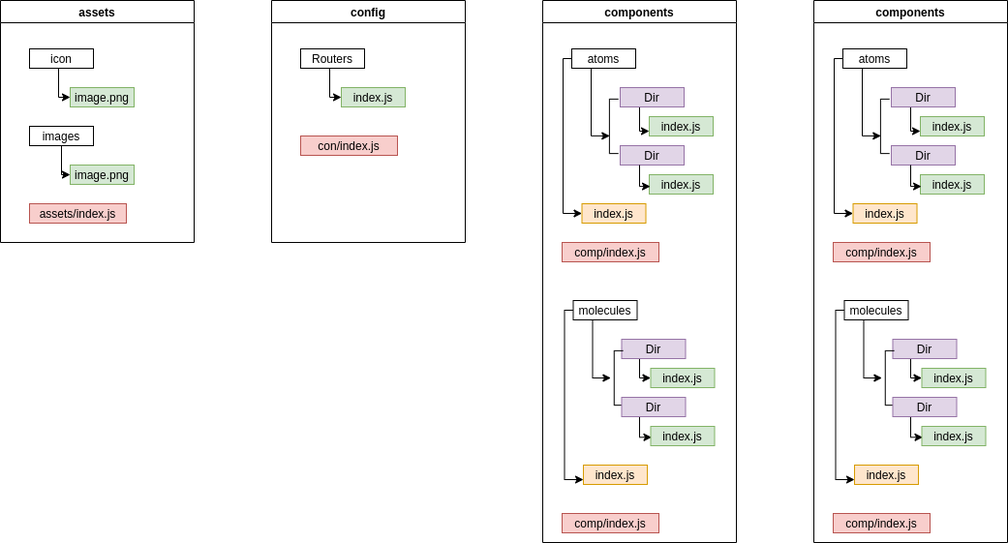
Earlier version of the draw.io export Flow directory project ReactJS.png (ahmadfaqih-dev/Flowchart). Source tidied: cells renumbered, new cells last; positions are measured from the earlier drawing's top-left corner, leaving out a move shared by most shapes.
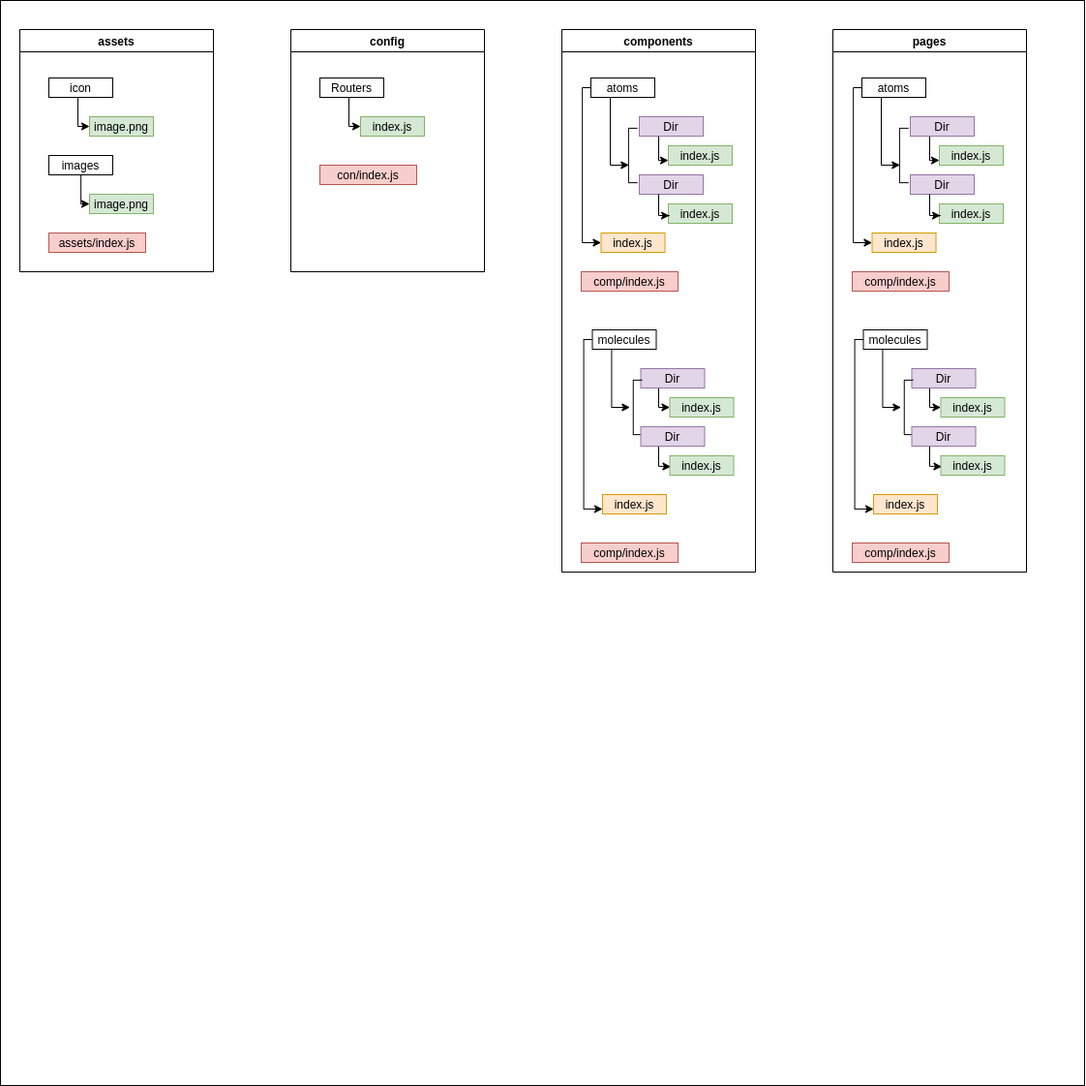
After the commit.

Diff of the diagram source:
```diff
@@ -1,6 +1,10 @@
 <mxGraphModel background="#ffffff">
   <root>
     <mxCell id="0" />
+    <mxCell id="65" value="Lapisan Tanpa Judul" parent="0" />
+    <mxCell id="66" style="whiteSpace=wrap;html=1;gradientColor=none;align=center;" parent="65" vertex="1">
+      <mxGeometry x="-20" y="-30" width="1120" height="1120" as="geometry" />
+    </mxCell>
     <mxCell id="1" parent="0" />
     <mxCell id="2" value="config" style="swimlane;whiteSpace=wrap;startSize=23;align=center;" parent="1" vertex="1">
       <mxGeometry x="280" width="200" height="250" as="geometry" />
@@ -21,7 +25,7 @@
     <mxCell id="6" value="con/index.js" style="fillColor=#f8cecc;strokeColor=#b85450;" parent="2" vertex="1">
       <mxGeometry x="30" y="140" width="100" height="20" as="geometry" />
     </mxCell>
-    <mxCell id="7" value="components" style="swimlane;whiteSpace=wrap;startSize=23;align=center;" parent="1" vertex="1">
+    <mxCell id="7" value="pages" style="swimlane;whiteSpace=wrap;startSize=23;align=center;" parent="1" vertex="1">
       <mxGeometry x="840" width="200" height="560" as="geometry" />
     </mxCell>
     <mxCell id="8" style="edgeStyle=orthogonalEdgeStyle;rounded=0;jettySize=auto;html=1;entryX=0;entryY=0.5;entryDx=0;entryDy=0;" parent="7" edge="1" source="9" target="27">
```
